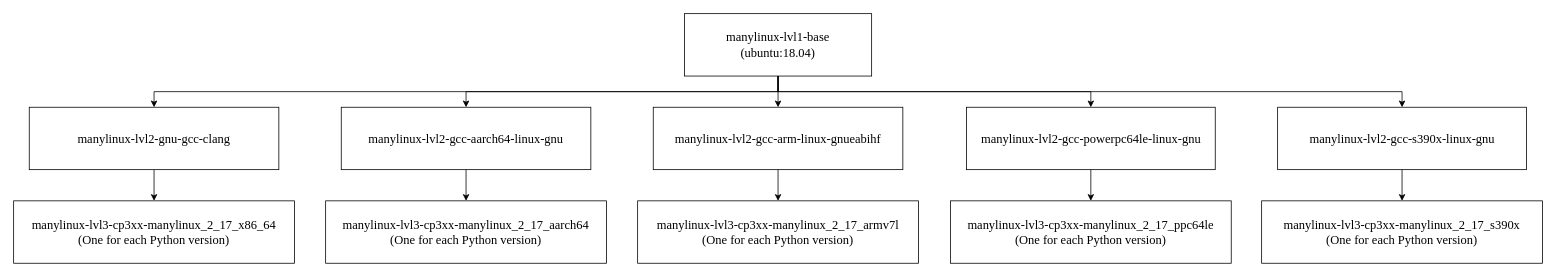
This is page "manylinux" (1 of 5) of images/Docker_layer_graph.drawio from andreslilloortiz/pookie, a draw.io file, before an edit. Source tidied: cells renumbered, new cells numbered last; positions are measured from the earlier drawing's top-left corner, leaving out a move shared by most shapes. Both pictures are drawn from the tidied source at 78%, with x=0, y=0 at pixel (13, 13).
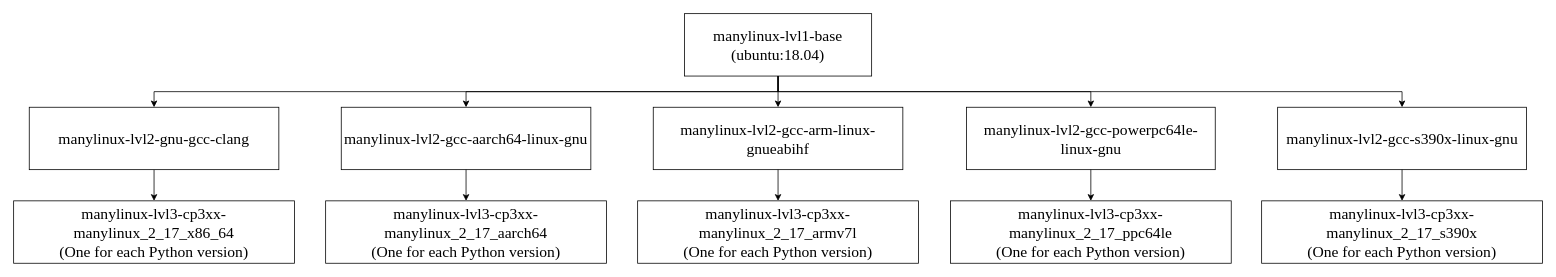
The same diagram, later.

The edit, as a diff of the source:
```diff
@@
-    <mxCell id="2" style="edgeStyle=orthogonalEdgeStyle;rounded=0;jettySize=auto;html=1;exitX=0.5;exitY=1;exitDx=0;exitDy=0;entryX=0.5;entryY=0;entryDx=0;entryDy=0;fontSize=16;fontColor=default;fontFamily=Times New Roman;" parent="1" edge="1" source="3" target="5">
+    <mxCell id="2" style="edgeStyle=orthogonalEdgeStyle;rounded=0;jettySize=auto;html=1;exitX=0.5;exitY=1;exitDx=0;exitDy=0;entryX=0.5;entryY=0;entryDx=0;entryDy=0;fontSize=20;fontColor=default;fontFamily=Times New Roman;" parent="1" edge="1" source="3" target="5">
       <mxGeometry relative="1" as="geometry" />
     </mxCell>
-    <mxCell id="3" value="&lt;font&gt;manylinux-lvl1-base&lt;/font&gt;&lt;div&gt;&lt;font&gt;(ubuntu:18.04)&lt;/font&gt;&lt;/div&gt;" style="rounded=0;whiteSpace=wrap;html=1;fontSize=16;gradientColor=none;fillColor=default;strokeColor=default;fontFamily=Times New Roman;" parent="1" vertex="1">
+    <mxCell id="3" value="&lt;font&gt;manylinux-lvl1-base&lt;/font&gt;&lt;div&gt;&lt;font&gt;(ubuntu:18.04)&lt;/font&gt;&lt;/div&gt;" style="rounded=0;whiteSpace=wrap;html=1;fontSize=20;gradientColor=none;fillColor=default;strokeColor=default;fontFamily=Times New Roman;" parent="1" vertex="1">
       <mxGeometry x="860" width="240" height="80" as="geometry" />
     </mxCell>
-    <mxCell id="4" style="edgeStyle=orthogonalEdgeStyle;rounded=0;jettySize=auto;html=1;exitX=0.5;exitY=1;exitDx=0;exitDy=0;entryX=0.5;entryY=0;entryDx=0;entryDy=0;fontSize=16;fontColor=default;fontFamily=Times New Roman;" parent="1" edge="1" source="5" target="6">
+    <mxCell id="4" style="edgeStyle=orthogonalEdgeStyle;rounded=0;jettySize=auto;html=1;exitX=0.5;exitY=1;exitDx=0;exitDy=0;entryX=0.5;entryY=0;entryDx=0;entryDy=0;fontSize=20;fontColor=default;fontFamily=Times New Roman;" parent="1" edge="1" source="5" target="6">
       <mxGeometry relative="1" as="geometry" />
     </mxCell>
-    <mxCell id="5" value="&lt;font&gt;manylinux-lvl2-gnu-gcc-clang&lt;/font&gt;" style="rounded=0;whiteSpace=wrap;html=1;strokeColor=default;fontSize=16;fontColor=default;fontFamily=Times New Roman;" parent="1" vertex="1">
+    <mxCell id="5" value="&lt;font&gt;manylinux-lvl2-gnu-gcc-clang&lt;/font&gt;" style="rounded=0;whiteSpace=wrap;html=1;strokeColor=default;fontSize=20;fontColor=default;fontFamily=Times New Roman;" parent="1" vertex="1">
       <mxGeometry x="20" y="120" width="320" height="80" as="geometry" />
     </mxCell>
-    <mxCell id="6" value="&lt;font&gt;manylinux-&lt;span style=&quot;&quot;&gt;lvl3&lt;/span&gt;-&lt;span style=&quot;&quot;&gt;cp3xx-manylinux_2_17_x86_64&lt;/span&gt;&lt;br&gt;(One for each Python version)&lt;/font&gt;" style="rounded=0;whiteSpace=wrap;html=1;strokeColor=default;fontSize=16;fontColor=default;fontFamily=Times New Roman;" parent="1" vertex="1">
+    <mxCell id="6" value="&lt;font&gt;manylinux-&lt;span&gt;lvl3&lt;/span&gt;-&lt;span&gt;cp3xx-manylinux_2_17_x86_64&lt;/span&gt;&lt;br&gt;(One for each Python version)&lt;/font&gt;" style="rounded=0;whiteSpace=wrap;html=1;strokeColor=default;fontSize=20;fontColor=default;fontFamily=Times New Roman;" parent="1" vertex="1">
       <mxGeometry y="240" width="360" height="80" as="geometry" />
     </mxCell>
-    <mxCell id="7" value="&lt;font&gt;manylinux-lvl2-gcc-aarch64-linux-gnu&lt;/font&gt;" style="rounded=0;whiteSpace=wrap;html=1;strokeColor=default;fontSize=16;fontColor=default;fontFamily=Times New Roman;" parent="1" vertex="1">
+    <mxCell id="7" value="&lt;font&gt;manylinux-lvl2-gcc-aarch64-linux-gnu&lt;/font&gt;" style="rounded=0;whiteSpace=wrap;html=1;strokeColor=default;fontSize=20;fontColor=default;fontFamily=Times New Roman;" parent="1" vertex="1">
       <mxGeometry x="420" y="120" width="320" height="80" as="geometry" />
     </mxCell>
-    <mxCell id="8" style="edgeStyle=orthogonalEdgeStyle;rounded=0;jettySize=auto;html=1;exitX=0.5;exitY=1;exitDx=0;exitDy=0;entryX=0.5;entryY=0;entryDx=0;entryDy=0;fontSize=16;fontColor=default;fontFamily=Times New Roman;" parent="1" edge="1" source="3" target="7">
+    <mxCell id="8" style="edgeStyle=orthogonalEdgeStyle;rounded=0;jettySize=auto;html=1;exitX=0.5;exitY=1;exitDx=0;exitDy=0;entryX=0.5;entryY=0;entryDx=0;entryDy=0;fontSize=20;fontColor=default;fontFamily=Times New Roman;" parent="1" edge="1" source="3" target="7">
       <mxGeometry relative="1" as="geometry" />
     </mxCell>
-    <mxCell id="9" value="&lt;font&gt;manylinux-&lt;span style=&quot;&quot;&gt;lvl3&lt;/span&gt;-&lt;span style=&quot;&quot;&gt;cp3xx-manylinux_2_17_aarch64&lt;/span&gt;&lt;/font&gt;&lt;div&gt;&lt;font&gt;(One for each Python version)&lt;/font&gt;&lt;/div&gt;" style="rounded=0;whiteSpace=wrap;html=1;strokeColor=default;fontSize=16;fontColor=default;fontFamily=Times New Roman;" parent="1" vertex="1">
+    <mxCell id="9" value="&lt;font&gt;manylinux-&lt;span&gt;lvl3&lt;/span&gt;-&lt;span&gt;cp3xx-manylinux_2_17_aarch64&lt;/span&gt;&lt;/font&gt;&lt;div&gt;&lt;font&gt;(One for each Python version)&lt;/font&gt;&lt;/div&gt;" style="rounded=0;whiteSpace=wrap;html=1;strokeColor=default;fontSize=20;fontColor=default;fontFamily=Times New Roman;" parent="1" vertex="1">
       <mxGeometry x="400" y="240" width="360" height="80" as="geometry" />
     </mxCell>
-    <mxCell id="10" style="edgeStyle=orthogonalEdgeStyle;rounded=0;jettySize=auto;html=1;exitX=0.5;exitY=1;exitDx=0;exitDy=0;entryX=0.5;entryY=0;entryDx=0;entryDy=0;fontSize=16;fontColor=default;fontFamily=Times New Roman;" parent="1" edge="1" source="7" target="9">
+    <mxCell id="10" style="edgeStyle=orthogonalEdgeStyle;rounded=0;jettySize=auto;html=1;exitX=0.5;exitY=1;exitDx=0;exitDy=0;entryX=0.5;entryY=0;entryDx=0;entryDy=0;fontSize=20;fontColor=default;fontFamily=Times New Roman;" parent="1" edge="1" source="7" target="9">
       <mxGeometry relative="1" as="geometry" />
     </mxCell>
-    <mxCell id="11" value="&lt;font&gt;manylinux-lvl2-gcc-arm-linux-gnueabihf&lt;/font&gt;" style="rounded=0;whiteSpace=wrap;html=1;strokeColor=default;fontSize=16;fontColor=default;fontFamily=Times New Roman;" parent="1" vertex="1">
+    <mxCell id="11" value="&lt;font&gt;manylinux-lvl2-gcc-arm-linux-gnueabihf&lt;/font&gt;" style="rounded=0;whiteSpace=wrap;html=1;strokeColor=default;fontSize=20;fontColor=default;fontFamily=Times New Roman;" parent="1" vertex="1">
       <mxGeometry x="820" y="120" width="320" height="80" as="geometry" />
     </mxCell>
-    <mxCell id="12" style="edgeStyle=orthogonalEdgeStyle;rounded=0;jettySize=auto;html=1;exitX=0.5;exitY=1;exitDx=0;exitDy=0;entryX=0.5;entryY=0;entryDx=0;entryDy=0;fontSize=16;fontColor=default;fontFamily=Times New Roman;" parent="1" edge="1" source="3" target="11">
+    <mxCell id="12" style="edgeStyle=orthogonalEdgeStyle;rounded=0;jettySize=auto;html=1;exitX=0.5;exitY=1;exitDx=0;exitDy=0;entryX=0.5;entryY=0;entryDx=0;entryDy=0;fontSize=20;fontColor=default;fontFamily=Times New Roman;" parent="1" edge="1" source="3" target="11">
       <mxGeometry relative="1" as="geometry" />
     </mxCell>
-    <mxCell id="13" value="&lt;font&gt;manylinux-&lt;span style=&quot;&quot;&gt;lvl3&lt;/span&gt;-&lt;span style=&quot;&quot;&gt;cp3xx-manylinux_2_17&lt;/span&gt;&lt;/font&gt;_armv7l&lt;div&gt;&lt;font&gt;(One for each Python version)&lt;/font&gt;&lt;/div&gt;" style="rounded=0;whiteSpace=wrap;html=1;strokeColor=default;fontSize=16;fontColor=default;fontFamily=Times New Roman;" parent="1" vertex="1">
+    <mxCell id="13" value="&lt;font&gt;manylinux-&lt;span&gt;lvl3&lt;/span&gt;-&lt;span&gt;cp3xx-manylinux_2_17&lt;/span&gt;&lt;/font&gt;_armv7l&lt;div&gt;&lt;font&gt;(One for each Python version)&lt;/font&gt;&lt;/div&gt;" style="rounded=0;whiteSpace=wrap;html=1;strokeColor=default;fontSize=20;fontColor=default;fontFamily=Times New Roman;" parent="1" vertex="1">
       <mxGeometry x="800" y="240" width="360" height="80" as="geometry" />
     </mxCell>
-    <mxCell id="14" style="edgeStyle=orthogonalEdgeStyle;rounded=0;jettySize=auto;html=1;exitX=0.5;exitY=1;exitDx=0;exitDy=0;entryX=0.5;entryY=0;entryDx=0;entryDy=0;fontSize=16;fontColor=default;fontFamily=Times New Roman;" parent="1" edge="1" source="11" target="13">
+    <mxCell id="14" style="edgeStyle=orthogonalEdgeStyle;rounded=0;jettySize=auto;html=1;exitX=0.5;exitY=1;exitDx=0;exitDy=0;entryX=0.5;entryY=0;entryDx=0;entryDy=0;fontSize=20;fontColor=default;fontFamily=Times New Roman;" parent="1" edge="1" source="11" target="13">
       <mxGeometry relative="1" as="geometry" />
     </mxCell>
-    <mxCell id="15" value="&lt;font&gt;manylinux-lvl2-gcc-powerpc64le-linux-gnu&lt;/font&gt;" style="rounded=0;whiteSpace=wrap;html=1;strokeColor=default;fontSize=16;fontColor=default;fontFamily=Times New Roman;" parent="1" vertex="1">
+    <mxCell id="15" value="&lt;font&gt;manylinux-lvl2-gcc-powerpc64le-linux-gnu&lt;/font&gt;" style="rounded=0;whiteSpace=wrap;html=1;strokeColor=default;fontSize=20;fontColor=default;fontFamily=Times New Roman;" parent="1" vertex="1">
       <mxGeometry x="1221.5" y="120" width="319" height="80" as="geometry" />
     </mxCell>
-    <mxCell id="16" value="&lt;font&gt;manylinux-&lt;span style=&quot;&quot;&gt;lvl3&lt;/span&gt;-&lt;span style=&quot;&quot;&gt;cp3xx-manylinux_2_17&lt;/span&gt;&lt;/font&gt;_ppc64le&lt;div&gt;&lt;font&gt;(One for each Python version)&lt;/font&gt;&lt;/div&gt;" style="rounded=0;whiteSpace=wrap;html=1;strokeColor=default;fontSize=16;fontColor=default;fontFamily=Times New Roman;" parent="1" vertex="1">
+    <mxCell id="16" value="&lt;font&gt;manylinux-&lt;span&gt;lvl3&lt;/span&gt;-&lt;span&gt;cp3xx-manylinux_2_17&lt;/span&gt;&lt;/font&gt;_ppc64le&lt;div&gt;&lt;font&gt;(One for each Python version)&lt;/font&gt;&lt;/div&gt;" style="rounded=0;whiteSpace=wrap;html=1;strokeColor=default;fontSize=20;fontColor=default;fontFamily=Times New Roman;" parent="1" vertex="1">
       <mxGeometry x="1201" y="240" width="360" height="80" as="geometry" />
     </mxCell>
-    <mxCell id="17" style="edgeStyle=orthogonalEdgeStyle;rounded=0;jettySize=auto;html=1;exitX=0.5;exitY=1;exitDx=0;exitDy=0;entryX=0.5;entryY=0;entryDx=0;entryDy=0;fontSize=16;fontColor=default;fontFamily=Times New Roman;" parent="1" edge="1" source="15" target="16">
+    <mxCell id="17" style="edgeStyle=orthogonalEdgeStyle;rounded=0;jettySize=auto;html=1;exitX=0.5;exitY=1;exitDx=0;exitDy=0;entryX=0.5;entryY=0;entryDx=0;entryDy=0;fontSize=20;fontColor=default;fontFamily=Times New Roman;" parent="1" edge="1" source="15" target="16">
       <mxGeometry relative="1" as="geometry" />
     </mxCell>
-    <mxCell id="18" style="edgeStyle=orthogonalEdgeStyle;rounded=0;jettySize=auto;html=1;exitX=0.5;exitY=1;exitDx=0;exitDy=0;entryX=0.5;entryY=0;entryDx=0;entryDy=0;fontSize=16;fontColor=default;fontFamily=Times New Roman;" parent="1" edge="1" source="3" target="15">
+    <mxCell id="18" style="edgeStyle=orthogonalEdgeStyle;rounded=0;jettySize=auto;html=1;exitX=0.5;exitY=1;exitDx=0;exitDy=0;entryX=0.5;entryY=0;entryDx=0;entryDy=0;fontSize=20;fontColor=default;fontFamily=Times New Roman;" parent="1" edge="1" source="3" target="15">
       <mxGeometry relative="1" as="geometry" />
     </mxCell>
-    <mxCell id="19" value="&lt;font&gt;manylinux-lvl2-gcc-s390x-linux-gnu&lt;/font&gt;" style="rounded=0;whiteSpace=wrap;html=1;strokeColor=default;fontSize=16;fontColor=default;fontFamily=Times New Roman;" parent="1" vertex="1">
+    <mxCell id="19" value="&lt;font&gt;manylinux-lvl2-gcc-s390x-linux-gnu&lt;/font&gt;" style="rounded=0;whiteSpace=wrap;html=1;strokeColor=default;fontSize=20;fontColor=default;fontFamily=Times New Roman;" parent="1" vertex="1">
       <mxGeometry x="1620.5" y="120" width="319" height="80" as="geometry" />
     </mxCell>
-    <mxCell id="20" value="&lt;font&gt;manylinux-&lt;span style=&quot;&quot;&gt;lvl3&lt;/span&gt;-&lt;span style=&quot;&quot;&gt;cp3xx-manylinux_2_17&lt;/span&gt;&lt;/font&gt;_s390x&lt;div&gt;&lt;font&gt;(One for each Python version)&lt;/font&gt;&lt;/div&gt;" style="rounded=0;whiteSpace=wrap;html=1;strokeColor=default;fontSize=16;fontColor=default;fontFamily=Times New Roman;" parent="1" vertex="1">
+    <mxCell id="20" value="&lt;font&gt;manylinux-&lt;span&gt;lvl3&lt;/span&gt;-&lt;span&gt;cp3xx-manylinux_2_17&lt;/span&gt;&lt;/font&gt;_s390x&lt;div&gt;&lt;font&gt;(One for each Python version)&lt;/font&gt;&lt;/div&gt;" style="rounded=0;whiteSpace=wrap;html=1;strokeColor=default;fontSize=20;fontColor=default;fontFamily=Times New Roman;" parent="1" vertex="1">
       <mxGeometry x="1600" y="240" width="360" height="80" as="geometry" />
     </mxCell>
-    <mxCell id="21" style="edgeStyle=orthogonalEdgeStyle;rounded=0;jettySize=auto;html=1;exitX=0.5;exitY=1;exitDx=0;exitDy=0;entryX=0.5;entryY=0;entryDx=0;entryDy=0;fontSize=16;fontColor=default;fontFamily=Times New Roman;" parent="1" edge="1" source="19" target="20">
+    <mxCell id="21" style="edgeStyle=orthogonalEdgeStyle;rounded=0;jettySize=auto;html=1;exitX=0.5;exitY=1;exitDx=0;exitDy=0;entryX=0.5;entryY=0;entryDx=0;entryDy=0;fontSize=20;fontColor=default;fontFamily=Times New Roman;" parent="1" edge="1" source="19" target="20">
       <mxGeometry relative="1" as="geometry" />
     </mxCell>
-    <mxCell id="22" style="edgeStyle=orthogonalEdgeStyle;rounded=0;jettySize=auto;html=1;exitX=0.5;exitY=1;exitDx=0;exitDy=0;entryX=0.5;entryY=0;entryDx=0;entryDy=0;fontSize=16;fontColor=default;fontFamily=Times New Roman;" parent="1" edge="1" source="3" target="19">
+    <mxCell id="22" style="edgeStyle=orthogonalEdgeStyle;rounded=0;jettySize=auto;html=1;exitX=0.5;exitY=1;exitDx=0;exitDy=0;entryX=0.5;entryY=0;entryDx=0;entryDy=0;fontSize=20;fontColor=default;fontFamily=Times New Roman;" parent="1" edge="1" source="3" target="19">
       <mxGeometry relative="1" as="geometry" />
     </mxCell>
```
